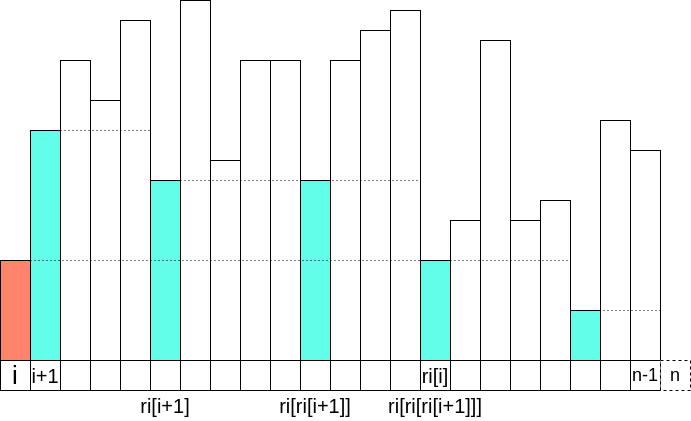
lrvideckis/programming_team_code keeps this draw.io diagram as tests/images/mono_stack.png. Above is the earlier version. Source tidied: cells renumbered, new cells last; positions are measured from the earlier drawing's top-left corner, leaving out a move shared by most shapes.
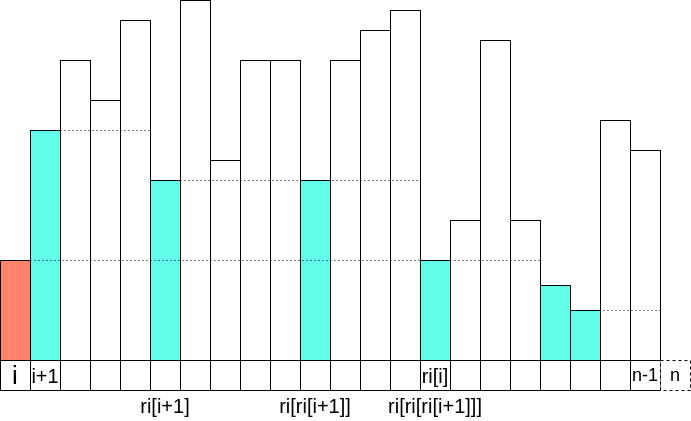
The same diagram one commit later.

Commit message:
update mono st image yet again

The edit, as a diff of the source:
```diff
@@ -125,9 +125,6 @@
     <mxCell id="42" style="rounded=0;whiteSpace=wrap;html=1;" parent="1" vertex="1">
       <mxGeometry x="510" y="220" width="30" height="140" as="geometry" />
     </mxCell>
-    <mxCell id="43" style="rounded=0;whiteSpace=wrap;html=1;" parent="1" vertex="1">
-      <mxGeometry x="540" y="200" width="30" height="160" as="geometry" />
-    </mxCell>
     <mxCell id="44" style="rounded=0;whiteSpace=wrap;html=1;" parent="1" vertex="1">
       <mxGeometry x="600" y="120" width="30" height="240" as="geometry" />
     </mxCell>
@@ -160,7 +157,7 @@
     </mxCell>
     <mxCell id="54" style="endArrow=none;dashed=1;html=1;dashPattern=1 3;strokeWidth=1;rounded=0;exitX=1;exitY=0;exitDx=0;exitDy=0;entryX=0;entryY=0;entryDx=0;entryDy=0;" parent="1" edge="1" source="24">
       <mxGeometry relative="1" as="geometry">
-        <mxPoint x="570" y="260" as="targetPoint" />
+        <mxPoint x="540" y="260" as="targetPoint" />
       </mxGeometry>
     </mxCell>
     <mxCell id="55" style="endArrow=none;dashed=1;html=1;dashPattern=1 3;strokeWidth=1;rounded=0;exitX=0;exitY=0.5;exitDx=0;exitDy=0;entryX=0;entryY=0;entryDx=0;entryDy=0;" parent="1" edge="1" source="33">
@@ -182,5 +179,8 @@
     <mxCell id="58" value="&lt;font style=&quot;font-size: 20px;&quot;&gt;ri[ri[ri[i+1]]]&lt;/font&gt;" style="text;html=1;strokeColor=none;fillColor=none;align=center;verticalAlign=middle;whiteSpace=wrap;rounded=0;" parent="1" vertex="1">
       <mxGeometry x="405" y="390" width="60" height="30" as="geometry" />
     </mxCell>
+    <mxCell id="59" style="rounded=0;whiteSpace=wrap;html=1;fillColor=#61FFEA;" parent="1" vertex="1">
+      <mxGeometry x="540" y="285" width="30" height="75" as="geometry" />
+    </mxCell>
   </root>
 </mxGraphModel>
```
